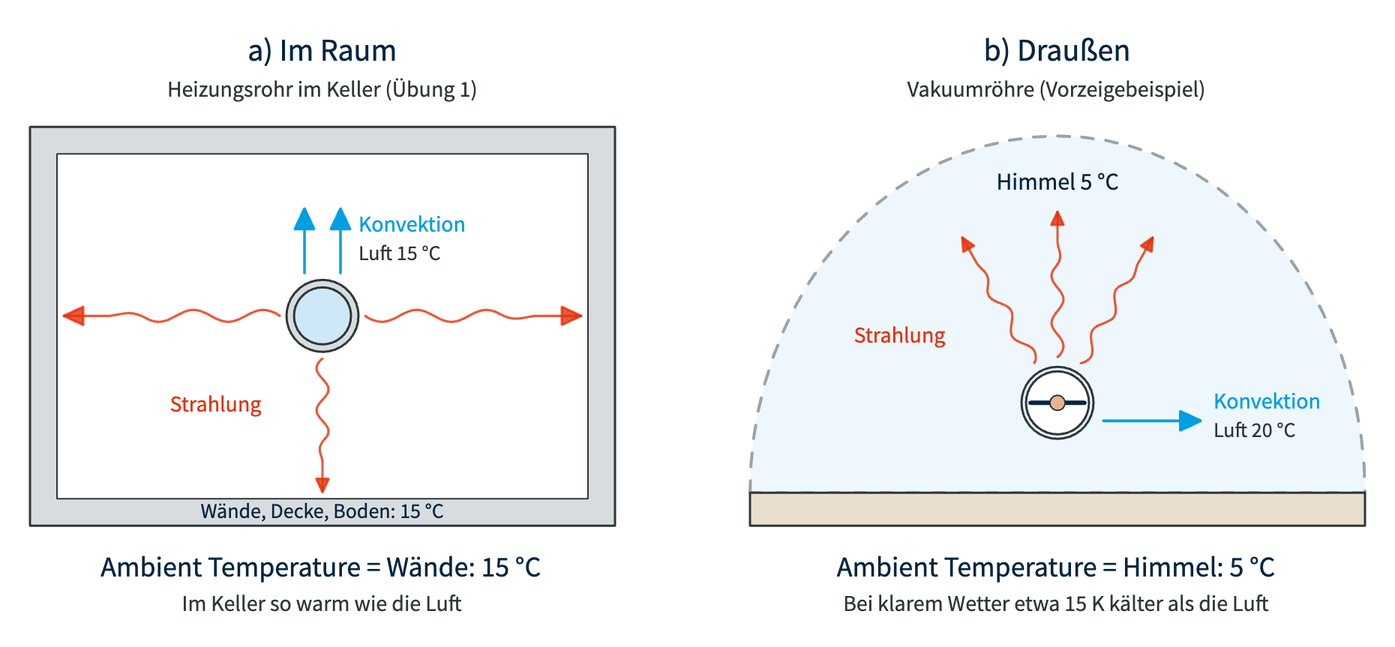
Before: docs/P2_Randbedingungen/images/p2_ambient.excalidraw.png, a diagram exported from Excalidraw (prof-schoenfelder-lab/Thermische-Analyse). Source tidied: one line per element, renumbered; positions are measured from the earlier drawing's top-left corner, leaving out a move shared by most shapes.
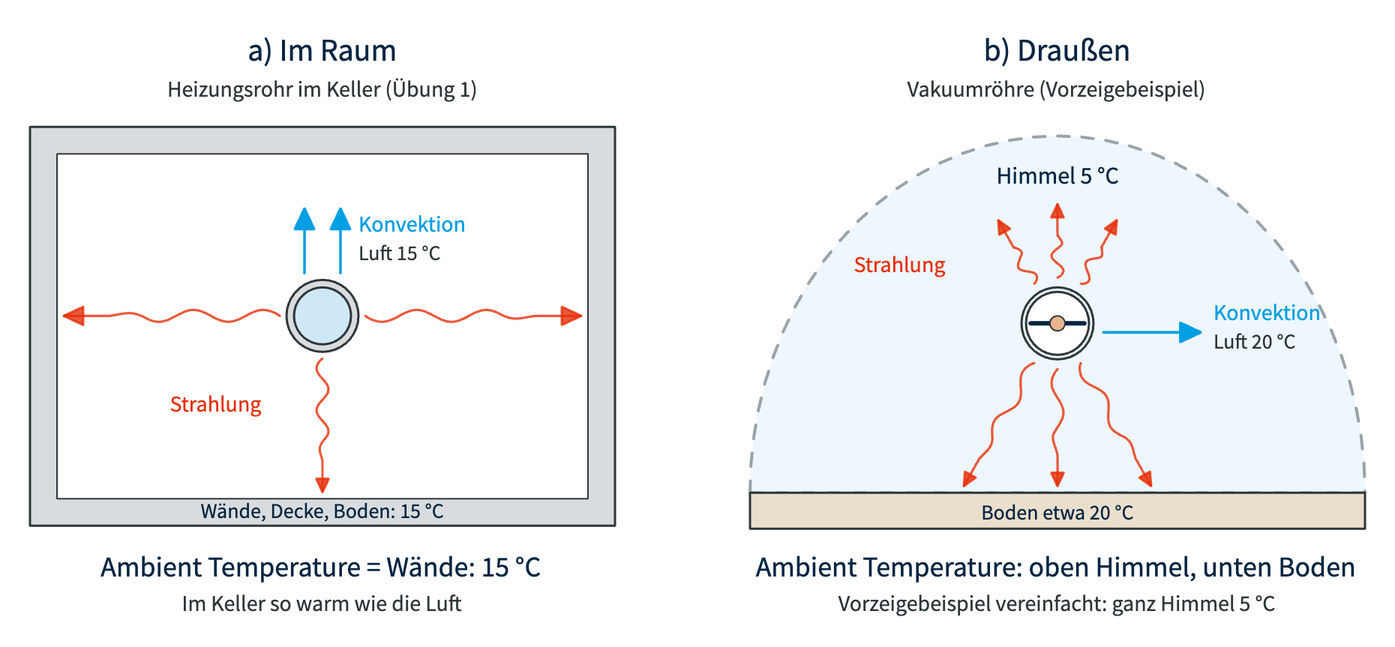
After the change.

Change to the diagram source:
```diff
@@ -1,35 +1,39 @@
 {"id": 0, "type": "text", "text": "a) Im Raum", "strokeColor": "#022541", "strokeWidth": 2, "roughness": 0, "fontSize": 21, "fontFamily": 4, "x": 145, "y": 0, "width": 100, "height": 26}
 {"id": 1, "type": "text", "text": "Heizungsrohr im Keller (Übung 1)", "strokeColor": "#2E3639", "strokeWidth": 2, "roughness": 0, "fontSize": 15, "fontFamily": 4, "x": 91, "y": 30, "width": 207, "height": 19}
-{"id": 2, "type": "rectangle", "strokeColor": "#2E3639", "backgroundColor": "#d9dcde", "fillStyle": "solid", "strokeWidth": 1.5, "roughness": 0, "x": 0, "y": 65, "width": 390, "height": 266}
-{"id": 3, "type": "rectangle", "strokeColor": "#2E3639", "backgroundColor": "#ffffff", "fillStyle": "solid", "strokeWidth": 1, "roughness": 0, "x": 18, "y": 83, "width": 354, "height": 230}
-{"id": 4, "type": "ellipse", "strokeColor": "#2E3639", "backgroundColor": "#d9dcde", "fillStyle": "solid", "strokeWidth": 1.5, "roughness": 0, "x": 171, "y": 167, "width": 48, "height": 48}
-{"id": 5, "type": "ellipse", "strokeColor": "#2E3639", "backgroundColor": "#cfe8f7", "fillStyle": "solid", "strokeWidth": 1.5, "roughness": 0, "x": 176, "y": 172, "width": 38, "height": 38}
-{"id": 6, "type": "arrow", "strokeColor": "#E53009", "strokeWidth": 1.6, "roughness": 0, "opacity": 80, "endArrowhead": "triangle", "round": true, "x": 166, "y": 191, "width": 145, "height": 8, "points": [[0, 0], [-2, -2], [-5, -3], [-8, -4], [-11, -4], [-14, -4], [-17, -3], [-20, -2], [-23, 0], [-26, 2], [-28, 3], [-31, 4], [-34, 4], [-37, 4], [-40, 3], [-43, 2], [-46, 0], [-49, -2], [-52, -3], [-55, -4], [-58, -4], [-60, -4], [-63, -3], [-66, -2], [-69, 0], [-72, 2], [-75, 3], [-78, 4], [-81, 4], [-84, 4], [-86, 3], [-89, 1], [-92, 0], [-95, -1], [-98, -2], [-101, -2], [-104, -2], [-107, -1], [-110, -1], [-113, 0], [-116, 0], [-144, 0]]}
-{"id": 7, "type": "arrow", "strokeColor": "#E53009", "strokeWidth": 1.6, "roughness": 0, "opacity": 80, "endArrowhead": "triangle", "round": true, "x": 224, "y": 191, "width": 145, "height": 8, "points": [[0, 0], [2, 2], [5, 3], [8, 4], [11, 4], [14, 4], [17, 3], [20, 2], [23, 0], [26, -2], [28, -3], [31, -4], [34, -4], [37, -4], [40, -3], [43, -2], [46, 0], [49, 2], [52, 3], [55, 4], [58, 4], [60, 4], [63, 3], [66, 2], [69, 0], [72, -2], [75, -3], [78, -4], [81, -4], [84, -4], [86, -3], [89, -1], [92, 0], [95, 1], [98, 2], [101, 2], [104, 2], [107, 1], [110, 1], [113, 0], [116, 0], [144, 0]]}
-{"id": 8, "type": "arrow", "strokeColor": "#E53009", "strokeWidth": 1.6, "roughness": 0, "opacity": 80, "endArrowhead": "triangle", "round": true, "x": 195, "y": 219, "width": 8, "height": 90, "points": [[0, 0], [-2, 1], [-3, 3], [-4, 5], [-4, 6], [-4, 8], [-3, 10], [-2, 12], [0, 14], [2, 15], [3, 17], [4, 19], [4, 20], [4, 22], [3, 24], [2, 26], [0, 28], [-2, 29], [-3, 31], [-4, 33], [-4, 34], [-4, 36], [-3, 38], [-2, 40], [0, 42], [2, 43], [3, 45], [4, 47], [4, 48], [4, 50], [3, 52], [1, 54], [0, 56], [-1, 57], [-2, 59], [-2, 61], [-2, 62], [-1, 64], [-1, 66], [0, 68], [0, 70], [0, 89]]}
-{"id": 9, "type": "arrow", "strokeColor": "#009EE3", "strokeWidth": 1.8, "roughness": 0, "endArrowhead": "triangle", "x": 183, "y": 162, "width": 0, "height": 44, "points": [[0, 0], [0, -43]]}
-{"id": 10, "type": "arrow", "strokeColor": "#009EE3", "strokeWidth": 1.8, "roughness": 0, "endArrowhead": "triangle", "x": 207, "y": 162, "width": 0, "height": 44, "points": [[0, 0], [0, -43]]}
-{"id": 11, "type": "text", "text": "Konvektion", "strokeColor": "#009EE3", "strokeWidth": 2, "roughness": 0, "fontSize": 15, "fontFamily": 4, "x": 219, "y": 120, "width": 72, "height": 19}
+{"id": 35, "type": "rectangle", "strokeColor": "#2E3639", "backgroundColor": "#d9dcde", "fillStyle": "solid", "strokeWidth": 1.5, "roughness": 0, "x": 0, "y": 65, "width": 390, "height": 266}
+{"id": 36, "type": "rectangle", "strokeColor": "#2E3639", "backgroundColor": "#ffffff", "fillStyle": "solid", "strokeWidth": 1, "roughness": 0, "x": 18, "y": 83, "width": 354, "height": 230}
+{"id": 37, "type": "ellipse", "strokeColor": "#2E3639", "backgroundColor": "#d9dcde", "fillStyle": "solid", "strokeWidth": 1.5, "roughness": 0, "x": 171, "y": 167, "width": 48, "height": 48}
+{"id": 38, "type": "ellipse", "strokeColor": "#2E3639", "backgroundColor": "#cfe8f7", "fillStyle": "solid", "strokeWidth": 1.5, "roughness": 0, "x": 176, "y": 172, "width": 38, "height": 38}
+{"id": 39, "type": "arrow", "strokeColor": "#E53009", "strokeWidth": 1.6, "roughness": 0, "opacity": 80, "endArrowhead": "triangle", "round": true, "x": 166, "y": 191, "width": 145, "height": 8, "points": [[0, 0], [-2, -2], [-5, -3], [-8, -4], [-11, -4], [-14, -4], [-17, -3], [-20, -2], [-23, 0], [-26, 2], [-28, 3], [-31, 4], [-34, 4], [-37, 4], [-40, 3], [-43, 2], [-46, 0], [-49, -2], [-52, -3], [-55, -4], [-58, -4], [-60, -4], [-63, -3], [-66, -2], [-69, 0], [-72, 2], [-75, 3], [-78, 4], [-81, 4], [-84, 4], [-86, 3], [-89, 1], [-92, 0], [-95, -1], [-98, -2], [-101, -2], [-104, -2], [-107, -1], [-110, -1], [-113, 0], [-116, 0], [-144, 0]]}
+{"id": 40, "type": "arrow", "strokeColor": "#E53009", "strokeWidth": 1.6, "roughness": 0, "opacity": 80, "endArrowhead": "triangle", "round": true, "x": 224, "y": 191, "width": 145, "height": 8, "points": [[0, 0], [2, 2], [5, 3], [8, 4], [11, 4], [14, 4], [17, 3], [20, 2], [23, 0], [26, -2], [28, -3], [31, -4], [34, -4], [37, -4], [40, -3], [43, -2], [46, 0], [49, 2], [52, 3], [55, 4], [58, 4], [60, 4], [63, 3], [66, 2], [69, 0], [72, -2], [75, -3], [78, -4], [81, -4], [84, -4], [86, -3], [89, -1], [92, 0], [95, 1], [98, 2], [101, 2], [104, 2], [107, 1], [110, 1], [113, 0], [116, 0], [144, 0]]}
+{"id": 41, "type": "arrow", "strokeColor": "#E53009", "strokeWidth": 1.6, "roughness": 0, "opacity": 80, "endArrowhead": "triangle", "round": true, "x": 195, "y": 219, "width": 8, "height": 90, "points": [[0, 0], [-2, 1], [-3, 3], [-4, 5], [-4, 6], [-4, 8], [-3, 10], [-2, 12], [0, 14], [2, 15], [3, 17], [4, 19], [4, 20], [4, 22], [3, 24], [2, 26], [0, 28], [-2, 29], [-3, 31], [-4, 33], [-4, 34], [-4, 36], [-3, 38], [-2, 40], [0, 42], [2, 43], [3, 45], [4, 47], [4, 48], [4, 50], [3, 52], [1, 54], [0, 56], [-1, 57], [-2, 59], [-2, 61], [-2, 62], [-1, 64], [-1, 66], [0, 68], [0, 70], [0, 89]]}
+{"id": 42, "type": "arrow", "strokeColor": "#009EE3", "strokeWidth": 1.8, "roughness": 0, "endArrowhead": "triangle", "x": 183, "y": 162, "width": 0, "height": 44, "points": [[0, 0], [0, -43]]}
+{"id": 43, "type": "arrow", "strokeColor": "#009EE3", "strokeWidth": 1.8, "roughness": 0, "endArrowhead": "triangle", "x": 207, "y": 162, "width": 0, "height": 44, "points": [[0, 0], [0, -43]]}
+{"id": 44, "type": "text", "text": "Konvektion", "strokeColor": "#009EE3", "strokeWidth": 2, "roughness": 0, "fontSize": 15, "fontFamily": 4, "x": 219, "y": 120, "width": 72, "height": 19}
 {"id": 12, "type": "text", "text": "Luft 15 °C", "strokeColor": "#2E3639", "strokeWidth": 2, "roughness": 0, "fontSize": 14, "fontFamily": 4, "x": 219, "y": 140, "width": 55, "height": 18}
-{"id": 13, "type": "text", "text": "Strahlung", "strokeColor": "#E53009", "strokeWidth": 2, "roughness": 0, "fontSize": 15, "fontFamily": 4, "x": 93, "y": 240, "width": 61, "height": 19}
+{"id": 45, "type": "text", "text": "Strahlung", "strokeColor": "#E53009", "strokeWidth": 2, "roughness": 0, "fontSize": 15, "fontFamily": 4, "x": 93, "y": 240, "width": 61, "height": 19}
 {"id": 14, "type": "text", "text": "Wände, Decke, Boden: 15 °C", "strokeColor": "#022541", "strokeWidth": 2, "roughness": 0, "fontSize": 14, "fontFamily": 4, "x": 114, "y": 312, "width": 162, "height": 18}
 {"id": 15, "type": "text", "text": "Ambient Temperature = Wände: 15 °C", "strokeColor": "#022541", "strokeWidth": 2, "roughness": 0, "fontSize": 19, "fontFamily": 4, "x": 47, "y": 346, "width": 293, "height": 24}
 {"id": 16, "type": "text", "text": "Im Keller so warm wie die Luft", "strokeColor": "#2E3639", "strokeWidth": 2, "roughness": 0, "fontSize": 15, "fontFamily": 4, "x": 101, "y": 373, "width": 186, "height": 19}
 {"id": 17, "type": "text", "text": "b) Draußen", "strokeColor": "#022541", "strokeWidth": 2, "roughness": 0, "fontSize": 21, "fontFamily": 4, "x": 636, "y": 0, "width": 98, "height": 26}
 {"id": 18, "type": "text", "text": "Vakuumröhre (Vorzeigebeispiel)", "strokeColor": "#2E3639", "strokeWidth": 2, "roughness": 0, "fontSize": 15, "fontFamily": 4, "x": 585, "y": 30, "width": 199, "height": 19}
-{"id": 19, "type": "line", "strokeColor": "#9aa3a8", "backgroundColor": "#eef7fd", "fillStyle": "solid", "strokeWidth": 1.5, "strokeStyle": "dashed", "roughness": 0, "x": 480, "y": 309, "width": 100, "height": 0, "points": [[0, 0], [1, -19], [3, -37], [6, -56], [10, -74], [16, -91], [22, -108], [30, -124], [39, -140], [49, -155], [60, -168], [72, -181], [85, -193], [98, -203], [112, -212], [127, -220], [142, -226], [157, -231], [173, -235], [189, -237], [205, -238], [221, -237], [237, -235], [253, -231], [268, -226], [283, -220], [298, -212], [312, -203], [325, -193], [338, -181], [350, -168], [361, -155], [371, -140], [380, -124], [388, -108], [394, -91], [400, -74], [404, -56], [407, -37], [409, -19], [410, 0], [0, 0]]}
-{"id": 20, "type": "rectangle", "strokeColor": "#2E3639", "backgroundColor": "#eadfcc", "fillStyle": "solid", "strokeWidth": 1.5, "roughness": 0, "x": 480, "y": 309, "width": 410, "height": 22}
+{"id": 46, "type": "line", "strokeColor": "#9aa3a8", "backgroundColor": "#eef7fd", "fillStyle": "solid", "strokeWidth": 1.5, "strokeStyle": "dashed", "roughness": 0, "x": 480, "y": 309, "width": 100, "height": 0, "points": [[0, 0], [1, -19], [3, -37], [6, -56], [10, -74], [16, -91], [22, -108], [30, -124], [39, -140], [49, -155], [60, -168], [72, -181], [85, -193], [98, -203], [112, -212], [127, -220], [142, -226], [157, -231], [173, -235], [189, -237], [205, -238], [221, -237], [237, -235], [253, -231], [268, -226], [283, -220], [298, -212], [312, -203], [325, -193], [338, -181], [350, -168], [361, -155], [371, -140], [380, -124], [388, -108], [394, -91], [400, -74], [404, -56], [407, -37], [409, -19], [410, 0], [0, 0]]}
+{"id": 47, "type": "rectangle", "strokeColor": "#2E3639", "backgroundColor": "#eadfcc", "fillStyle": "solid", "strokeWidth": 1.5, "roughness": 0, "x": 480, "y": 309, "width": 410, "height": 24}
-{"id": 21, "type": "text", "text": "Himmel 5 °C", "strokeColor": "#022541", "strokeWidth": 2, "roughness": 0, "fontSize": 16, "fontFamily": 4, "x": 644, "y": 91, "width": 82, "height": 20}
+{"id": 21, "type": "text", "text": "Himmel 5 °C", "strokeColor": "#022541", "strokeWidth": 2, "roughness": 0, "fontSize": 16, "fontFamily": 4, "x": 644, "y": 87, "width": 82, "height": 20}
-{"id": 22, "type": "ellipse", "strokeColor": "#2E3639", "backgroundColor": "#e6f5fc", "fillStyle": "solid", "strokeWidth": 1.5, "roughness": 0, "x": 661, "y": 225, "width": 48, "height": 48}
-{"id": 23, "type": "ellipse", "strokeColor": "#2E3639", "backgroundColor": "#ffffff", "fillStyle": "solid", "strokeWidth": 1.5, "roughness": 0, "x": 664, "y": 228, "width": 42, "height": 42}
-{"id": 24, "type": "line", "strokeColor": "#022541", "strokeWidth": 3, "roughness": 0, "x": 667, "y": 249, "width": 100, "height": 0, "points": [[0, 0], [36, 0]]}
-{"id": 25, "type": "ellipse", "strokeColor": "#2E3639", "backgroundColor": "#e8b48f", "fillStyle": "solid", "strokeWidth": 1, "roughness": 0, "x": 680, "y": 244, "width": 10, "height": 10}
-{"id": 26, "type": "arrow", "strokeColor": "#E53009", "strokeWidth": 1.6, "roughness": 0, "opacity": 80, "endArrowhead": "triangle", "round": true, "x": 700, "y": 222, "width": 49, "height": 85, "points": [[0, 0], [2, 0], [4, -1], [6, -3], [7, -4], [8, -6], [8, -8], [8, -11], [7, -13], [7, -15], [7, -18], [7, -20], [8, -22], [9, -23], [11, -25], [13, -26], [15, -27], [17, -27], [19, -28], [21, -30], [22, -31], [23, -33], [23, -35], [23, -38], [23, -40], [23, -42], [22, -45], [23, -47], [23, -49], [25, -50], [26, -52], [29, -53], [31, -54], [33, -55], [34, -56], [35, -58], [36, -59], [37, -61], [37, -63], [38, -65], [38, -67], [48, -84]]}
-{"id": 27, "type": "arrow", "strokeColor": "#E53009", "strokeWidth": 1.6, "roughness": 0, "opacity": 80, "endArrowhead": "triangle", "round": true, "x": 685, "y": 218, "width": 8, "height": 98, "points": [[0, 0], [2, -1], [3, -3], [4, -5], [4, -7], [4, -9], [3, -11], [2, -13], [0, -15], [-2, -17], [-3, -19], [-4, -21], [-4, -23], [-4, -25], [-3, -27], [-2, -29], [0, -31], [2, -33], [3, -35], [4, -37], [4, -38], [4, -40], [3, -42], [2, -44], [0, -46], [-2, -48], [-3, -50], [-4, -52], [-4, -54], [-4, -56], [-3, -58], [-1, -60], [0, -62], [1, -64], [2, -66], [2, -68], [2, -70], [1, -72], [1, -74], [0, -76], [0, -78], [0, -97]]}
-{"id": 28, "type": "arrow", "strokeColor": "#E53009", "strokeWidth": 1.6, "roughness": 0, "opacity": 80, "endArrowhead": "triangle", "round": true, "x": 670, "y": 222, "width": 49, "height": 85, "points": [[0, 0], [1, -2], [1, -4], [1, -6], [0, -8], [-1, -10], [-3, -11], [-5, -12], [-7, -13], [-10, -14], [-12, -15], [-13, -16], [-15, -18], [-15, -20], [-16, -22], [-15, -24], [-15, -27], [-15, -29], [-15, -31], [-15, -33], [-16, -35], [-17, -37], [-19, -38], [-21, -39], [-23, -40], [-25, -41], [-27, -42], [-29, -43], [-30, -45], [-31, -47], [-31, -49], [-31, -51], [-31, -54], [-31, -56], [-31, -58], [-32, -60], [-33, -61], [-35, -63], [-36, -64], [-37, -65], [-38, -67], [-48, -84]]}
-{"id": 29, "type": "arrow", "strokeColor": "#009EE3", "strokeWidth": 1.8, "roughness": 0, "endArrowhead": "triangle", "x": 716, "y": 261, "width": 66, "height": 0, "points": [[0, 0], [65, 0]]}
-{"id": 30, "type": "text", "text": "Konvektion", "strokeColor": "#009EE3", "strokeWidth": 2, "roughness": 0, "fontSize": 15, "fontFamily": 4, "x": 789, "y": 238, "width": 72, "height": 19}
+{"id": 48, "type": "text", "text": "Boden etwa 20 °C", "strokeColor": "#022541", "strokeWidth": 2, "roughness": 0, "fontSize": 14, "fontFamily": 4, "x": 634, "y": 313, "width": 102, "height": 18}
+{"id": 49, "type": "ellipse", "strokeColor": "#2E3639", "backgroundColor": "#e6f5fc", "fillStyle": "solid", "strokeWidth": 1.5, "roughness": 0, "x": 661, "y": 172, "width": 48, "height": 48}
+{"id": 50, "type": "ellipse", "strokeColor": "#2E3639", "backgroundColor": "#ffffff", "fillStyle": "solid", "strokeWidth": 1.5, "roughness": 0, "x": 664, "y": 175, "width": 42, "height": 42}
+{"id": 51, "type": "line", "strokeColor": "#022541", "strokeWidth": 3, "roughness": 0, "x": 667, "y": 196, "width": 100, "height": 0, "points": [[0, 0], [36, 0]]}
+{"id": 52, "type": "ellipse", "strokeColor": "#2E3639", "backgroundColor": "#e8b48f", "fillStyle": "solid", "strokeWidth": 1, "roughness": 0, "x": 680, "y": 191, "width": 10, "height": 10}
+{"id": 53, "type": "arrow", "strokeColor": "#E53009", "strokeWidth": 1.6, "roughness": 0, "opacity": 80, "endArrowhead": "triangle", "round": true, "x": 700, "y": 169, "width": 25, "height": 43, "points": [[0, 0], [1, 0], [3, 0], [5, -1], [5, -2], [6, -3], [6, -5], [5, -6], [4, -8], [4, -10], [3, -12], [3, -13], [4, -14], [4, -15], [6, -16], [8, -17], [10, -17], [11, -17], [13, -18], [14, -19], [14, -20], [14, -21], [14, -23], [14, -24], [14, -25], [24, -42]]}
+{"id": 54, "type": "arrow", "strokeColor": "#E53009", "strokeWidth": 1.6, "roughness": 0, "opacity": 80, "endArrowhead": "triangle", "round": true, "x": 685, "y": 165, "width": 8, "height": 50, "points": [[0, 0], [2, -1], [3, -2], [4, -3], [4, -4], [4, -6], [3, -7], [2, -8], [0, -10], [-2, -11], [-3, -12], [-4, -13], [-4, -14], [-4, -16], [-3, -17], [-2, -18], [0, -20], [2, -21], [3, -22], [3, -23], [3, -24], [2, -26], [1, -27], [0, -28], [0, -30], [0, -49]]}
+{"id": 55, "type": "arrow", "strokeColor": "#E53009", "strokeWidth": 1.6, "roughness": 0, "opacity": 80, "endArrowhead": "triangle", "round": true, "x": 670, "y": 169, "width": 26, "height": 43, "points": [[0, 0], [1, -1], [2, -3], [2, -5], [1, -6], [1, -7], [-1, -7], [-3, -8], [-4, -8], [-6, -8], [-8, -9], [-10, -10], [-10, -10], [-11, -12], [-11, -13], [-10, -15], [-10, -17], [-9, -19], [-8, -20], [-9, -22], [-10, -22], [-11, -23], [-12, -24], [-14, -25], [-14, -25], [-24, -42]]}
+{"id": 56, "type": "arrow", "strokeColor": "#E53009", "strokeWidth": 1.6, "roughness": 0, "opacity": 80, "endArrowhead": "triangle", "round": true, "x": 670, "y": 222, "width": 48, "height": 83, "points": [[0, 0], [-2, 1], [-4, 2], [-6, 4], [-8, 6], [-9, 8], [-9, 10], [-9, 13], [-9, 16], [-9, 19], [-9, 21], [-9, 24], [-10, 26], [-12, 28], [-14, 30], [-16, 31], [-18, 32], [-21, 34], [-23, 35], [-25, 37], [-27, 39], [-28, 41], [-28, 43], [-28, 46], [-28, 49], [-28, 51], [-28, 54], [-30, 56], [-31, 58], [-33, 60], [-34, 61], [-36, 63], [-37, 65], [-47, 82]]}
+{"id": 57, "type": "arrow", "strokeColor": "#E53009", "strokeWidth": 1.6, "roughness": 0, "opacity": 80, "endArrowhead": "triangle", "round": true, "x": 685, "y": 226, "width": 8, "height": 79, "points": [[0, 0], [-2, 2], [-3, 4], [-4, 7], [-4, 9], [-4, 12], [-3, 14], [-2, 17], [0, 19], [2, 22], [3, 24], [4, 27], [4, 29], [4, 31], [3, 34], [2, 36], [0, 39], [-2, 41], [-3, 44], [-3, 46], [-3, 49], [-2, 51], [-1, 54], [0, 56], [0, 58], [0, 78]]}
+{"id": 58, "type": "arrow", "strokeColor": "#E53009", "strokeWidth": 1.6, "roughness": 0, "opacity": 80, "endArrowhead": "triangle", "round": true, "x": 700, "y": 222, "width": 48, "height": 83, "points": [[0, 0], [-1, 2], [-1, 5], [0, 8], [1, 10], [2, 12], [4, 13], [6, 15], [9, 16], [11, 17], [14, 19], [16, 20], [17, 22], [18, 24], [19, 27], [19, 30], [18, 32], [18, 35], [18, 38], [19, 40], [20, 43], [21, 44], [23, 46], [25, 47], [28, 49], [30, 50], [32, 52], [34, 54], [34, 56], [35, 58], [36, 61], [36, 63], [37, 65], [47, 82]]}
+{"id": 59, "type": "arrow", "strokeColor": "#009EE3", "strokeWidth": 1.8, "roughness": 0, "endArrowhead": "triangle", "x": 716, "y": 202, "width": 66, "height": 0, "points": [[0, 0], [65, 0]]}
+{"id": 60, "type": "text", "text": "Konvektion", "strokeColor": "#009EE3", "strokeWidth": 2, "roughness": 0, "fontSize": 15, "fontFamily": 4, "x": 789, "y": 179, "width": 72, "height": 19}
-{"id": 31, "type": "text", "text": "Luft 20 °C", "strokeColor": "#2E3639", "strokeWidth": 2, "roughness": 0, "fontSize": 14, "fontFamily": 4, "x": 789, "y": 258, "width": 55, "height": 18}
+{"id": 31, "type": "text", "text": "Luft 20 °C", "strokeColor": "#2E3639", "strokeWidth": 2, "roughness": 0, "fontSize": 14, "fontFamily": 4, "x": 789, "y": 199, "width": 55, "height": 18}
-{"id": 32, "type": "text", "text": "Strahlung", "strokeColor": "#E53009", "strokeWidth": 2, "roughness": 0, "fontSize": 15, "fontFamily": 4, "x": 549, "y": 194, "width": 61, "height": 19}
-{"id": 33, "type": "text", "text": "Ambient Temperature = Himmel: 5 °C", "strokeColor": "#022541", "strokeWidth": 2, "roughness": 0, "fontSize": 19, "fontFamily": 4, "x": 538, "y": 346, "width": 292, "height": 24}
-{"id": 34, "type": "text", "text": "Bei klarem Wetter etwa 15 K kälter als die Luft", "strokeColor": "#2E3639", "strokeWidth": 2, "roughness": 0, "fontSize": 15, "fontFamily": 4, "x": 542, "y": 373, "width": 284, "height": 19}
+{"id": 61, "type": "text", "text": "Strahlung", "strokeColor": "#E53009", "strokeWidth": 2, "roughness": 0, "fontSize": 15, "fontFamily": 4, "x": 549, "y": 147, "width": 61, "height": 19}
+{"id": 62, "type": "text", "text": "Ambient Temperature: oben Himmel, unten Boden", "strokeColor": "#022541", "strokeWidth": 2, "roughness": 0, "fontSize": 19, "fontFamily": 4, "x": 484, "y": 346, "width": 400, "height": 24}
+{"id": 63, "type": "text", "text": "Vorzeigebeispiel vereinfacht: ganz Himmel 5 °C", "strokeColor": "#2E3639", "strokeWidth": 2, "roughness": 0, "fontSize": 15, "fontFamily": 4, "x": 539, "y": 373, "width": 291, "height": 19}
```
